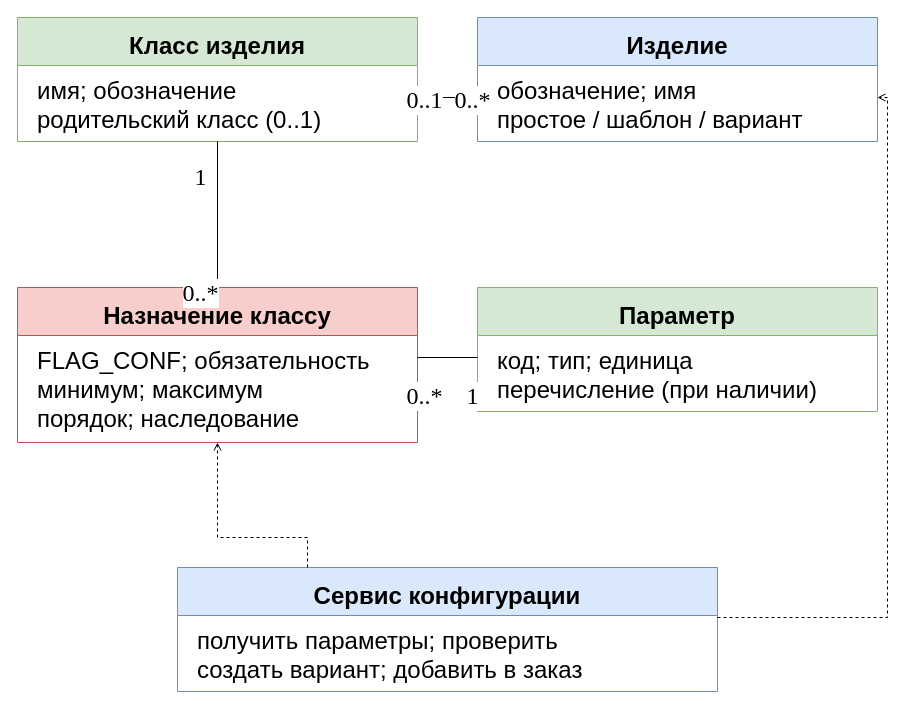
Before: utils/lab7/diagrams/03_classes_configuration.drawio in 10xtheo/mispris-sem7, a draw.io diagram. Source tidied: cells renumbered, new cells numbered last; positions are measured from the earlier drawing's top-left corner, leaving out a move shared by most shapes. Both pictures are drawn from the tidied source at 100%, with x=0, y=0 at pixel (17, 17).
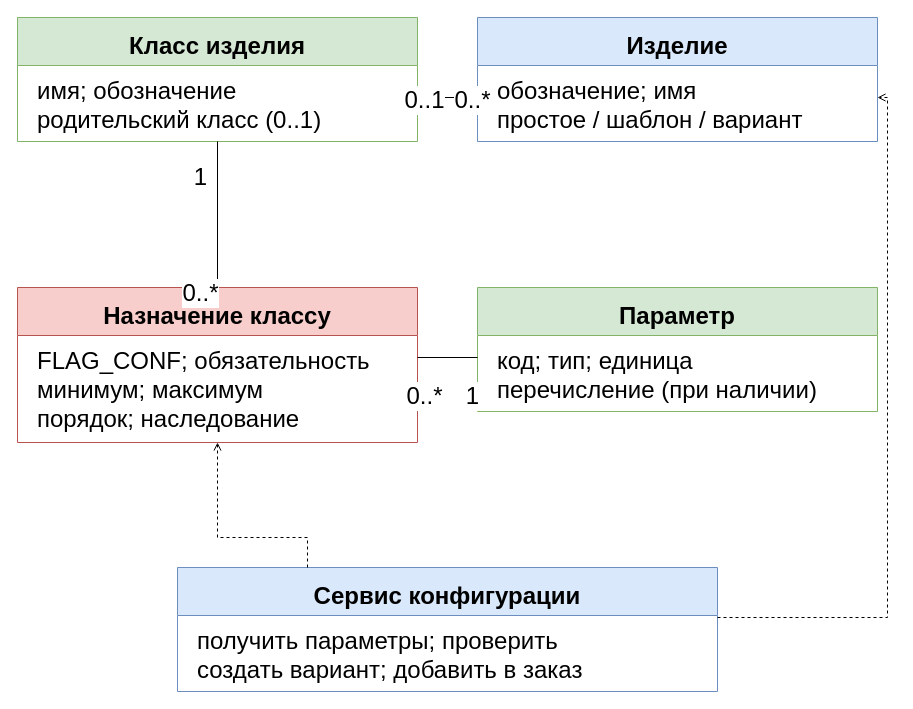
After the change.

Commit message:
docs: match editable UML label font to rendered diagrams

The change refers to these unchanged cells:
```xml
<mxCell id="12" style="edgeStyle=orthogonalEdgeStyle;rounded=0;html=1;endArrow=open;fontFamily=Arial;fontSize=24;labelBackgroundColor=#ffffff;exitX=0.5;exitY=1.0;entryX=0.5;entryY=0.0;endArrow=none;startArrow=none;" parent="1" edge="1" source="2" target="6">
  <mxGeometry relative="1" as="geometry" />
</mxCell>
<mxCell id="15" style="edgeStyle=orthogonalEdgeStyle;rounded=0;html=1;endArrow=open;fontFamily=Arial;fontSize=24;labelBackgroundColor=#ffffff;exitX=1.0;exitY=0.45161290322580644;entryX=0.0;entryY=0.5645161290322581;endArrow=none;startArrow=none;" parent="1" edge="1" source="6" target="4">
  <mxGeometry relative="1" as="geometry" />
</mxCell>
<mxCell id="18" style="edgeStyle=orthogonalEdgeStyle;rounded=0;html=1;endArrow=open;fontFamily=Arial;fontSize=24;labelBackgroundColor=#ffffff;exitX=0.0;exitY=0.6451612903225806;entryX=1.0;entryY=0.6451612903225806;endArrow=none;startArrow=none;" parent="1" edge="1" source="8" target="2">
  <mxGeometry relative="1" as="geometry" />
</mxCell>
```

Change to the diagram source:
```diff
@@
-    <mxCell id="13" value="1" style="edgeLabel;html=1;align=center;fontFamily=Times New Roman;fontSize=24;" parent="12" vertex="1">
+    <mxCell id="13" value="1" style="edgeLabel;html=1;align=center;fontFamily=Arial;fontSize=24;" parent="12" vertex="1">
       <mxGeometry x="-0.8" y="-18" relative="1" as="geometry" />
     </mxCell>
-    <mxCell id="14" value="0..*" style="edgeLabel;html=1;align=center;fontFamily=Times New Roman;fontSize=24;" parent="12" vertex="1">
+    <mxCell id="14" value="0..*" style="edgeLabel;html=1;align=center;fontFamily=Arial;fontSize=24;" parent="12" vertex="1">
       <mxGeometry x="0.8" y="-18" relative="1" as="geometry" />
     </mxCell>
@@
-    <mxCell id="16" value="0..*" style="edgeLabel;html=1;align=center;fontFamily=Times New Roman;fontSize=24;" parent="15" vertex="1">
+    <mxCell id="16" value="0..*" style="edgeLabel;html=1;align=center;fontFamily=Arial;fontSize=24;" parent="15" vertex="1">
       <mxGeometry x="-0.8" y="-18" relative="1" as="geometry" />
     </mxCell>
-    <mxCell id="17" value="1" style="edgeLabel;html=1;align=center;fontFamily=Times New Roman;fontSize=24;" parent="15" vertex="1">
+    <mxCell id="17" value="1" style="edgeLabel;html=1;align=center;fontFamily=Arial;fontSize=24;" parent="15" vertex="1">
       <mxGeometry x="0.8" y="-18" relative="1" as="geometry" />
     </mxCell>
@@
-    <mxCell id="19" value="0..*" style="edgeLabel;html=1;align=center;fontFamily=Times New Roman;fontSize=24;" parent="18" vertex="1">
+    <mxCell id="19" value="0..*" style="edgeLabel;html=1;align=center;fontFamily=Arial;fontSize=24;" parent="18" vertex="1">
       <mxGeometry x="-0.8" y="-18" relative="1" as="geometry" />
     </mxCell>
-    <mxCell id="20" value="0..1" style="edgeLabel;html=1;align=center;fontFamily=Times New Roman;fontSize=24;" parent="18" vertex="1">
+    <mxCell id="20" value="0..1" style="edgeLabel;html=1;align=center;fontFamily=Arial;fontSize=24;" parent="18" vertex="1">
       <mxGeometry x="0.8" y="-18" relative="1" as="geometry" />
     </mxCell>
```
